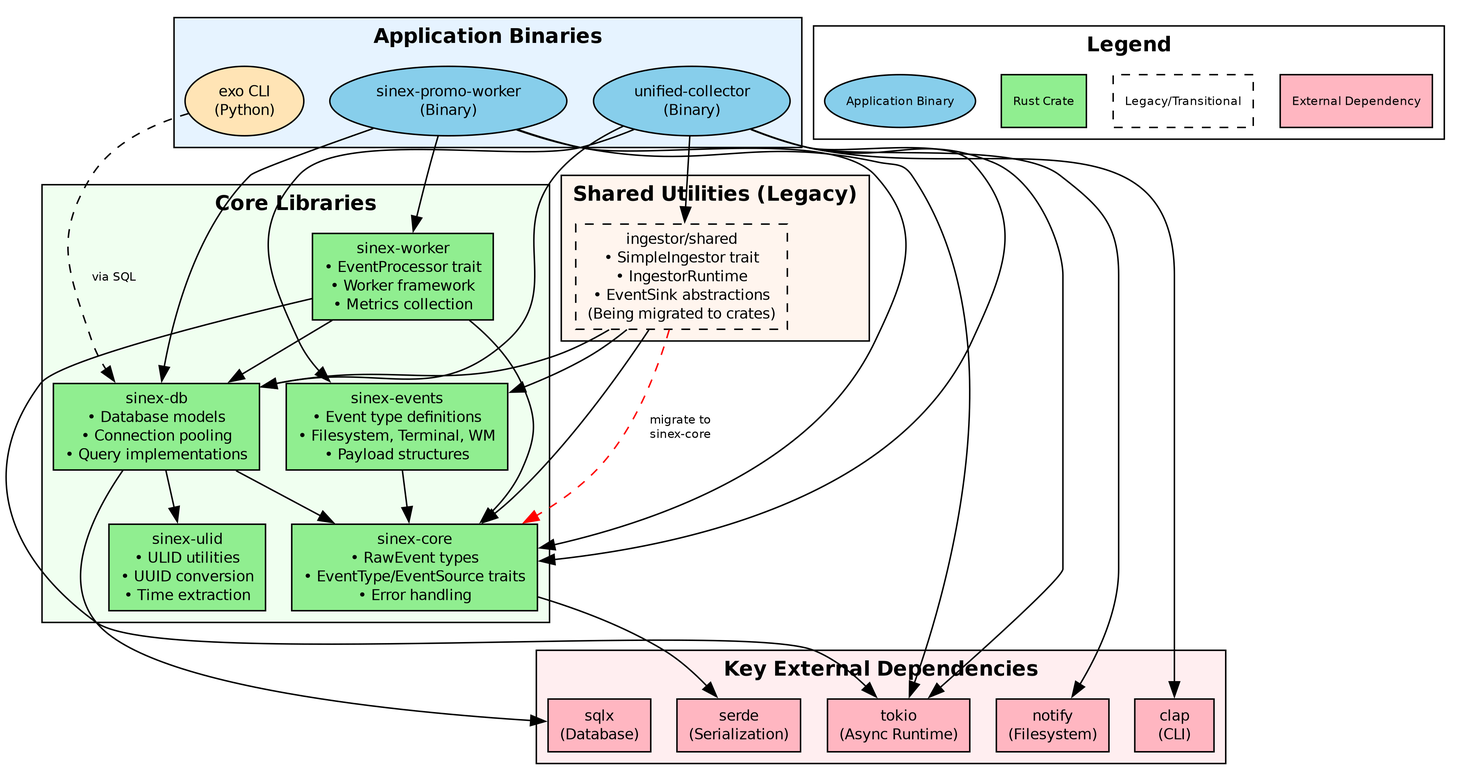
Before: spec/diagram/crate_dependencies.png, a diagram exported from Graphviz (Sinity/sinex). Its source is kept beside it as spec/diagram/crate_dependencies.dot. The source it was exported from:
```dot
digraph SinexCrateDependencies {
    rankdir=TB;
    node [shape=box, style=filled, fontname="JetBrains Mono", fontsize=10];
    edge [fontsize=8, fontname="JetBrains Mono"];

    subgraph cluster_binaries {
        label="Application Binaries";
        style=filled;
        fillcolor="#e6f3ff";
        fontname="JetBrains Mono Bold";

        unified_collector [
            label="unified-collector\n(Binary)",
            fillcolor="#87CEEB",
            shape=oval
        ];

        promo_worker [
            label="sinex-promo-worker\n(Binary)",
            fillcolor="#87CEEB",
            shape=oval
        ];

        cli [
            label="exo CLI\n(Python)",
            fillcolor="#FFE4B5",
            shape=oval
        ];
    }

    subgraph cluster_core {
        label="Core Libraries";
        style=filled;
        fillcolor="#f0fff0";
        fontname="JetBrains Mono Bold";

        sinex_core [
            label="sinex-core\n• RawEvent types\n• EventType/EventSource traits\n• Error handling",
            fillcolor="#90EE90"
        ];

        sinex_db [
            label="sinex-db\n• Database models\n• Connection pooling\n• Query implementations",
            fillcolor="#90EE90"
        ];

        sinex_ulid [
            label="sinex-ulid\n• ULID utilities\n• UUID conversion\n• Time extraction",
            fillcolor="#90EE90"
        ];

        sinex_events [
            label="sinex-events\n• Event type definitions\n• Filesystem, Terminal, WM\n• Payload structures",
            fillcolor="#90EE90"
        ];

        sinex_worker [
            label="sinex-worker\n• EventProcessor trait\n• Worker framework\n• Metrics collection",
            fillcolor="#90EE90"
        ];
    }

    subgraph cluster_shared {
        label="Shared Utilities (Legacy)";
        style=filled;
        fillcolor="#fff5ee";
        fontname="JetBrains Mono Bold";

        ingestor_shared [
            label="ingestor/shared\n• SimpleIngestor trait\n• IngestorRuntime\n• EventSink abstractions\n(Being migrated to crates)",
            fillcolor="#DDD",
            style="dashed"
        ];
    }

    subgraph cluster_external {
        label="Key External Dependencies";
        style=filled;
        fillcolor="#ffeef0";
        fontname="JetBrains Mono Bold";

        sqlx [label="sqlx\n(Database)", fillcolor="#FFB6C1"];
        tokio [label="tokio\n(Async Runtime)", fillcolor="#FFB6C1"];
        serde [label="serde\n(Serialization)", fillcolor="#FFB6C1"];
        notify [label="notify\n(Filesystem)", fillcolor="#FFB6C1"];
        clap [label="clap\n(CLI)", fillcolor="#FFB6C1"];
    }


    unified_collector -> sinex_core;
    unified_collector -> sinex_db;
    unified_collector -> sinex_events;
    unified_collector -> ingestor_shared;

    promo_worker -> sinex_core;
    promo_worker -> sinex_db;
    promo_worker -> sinex_worker;

    cli -> sinex_db [style=dashed, label="via SQL"];

    sinex_db -> sinex_core;
    sinex_db -> sinex_ulid;
    sinex_events -> sinex_core;
    sinex_worker -> sinex_core;
    sinex_worker -> sinex_db;

    ingestor_shared -> sinex_core;
    ingestor_shared -> sinex_db;
    ingestor_shared -> sinex_events;

    sinex_db -> sqlx;
    sinex_core -> serde;
    unified_collector -> tokio;
    unified_collector -> notify;
    unified_collector -> clap;
    promo_worker -> tokio;
    sinex_worker -> tokio;

    ingestor_shared -> sinex_core [
        style="dashed",
        color="red",
        label="migrate to\nsinex-core"
    ];

    subgraph cluster_legend {
        label="Legend";
        style=filled;
        fillcolor="#ffffff";
        fontname="JetBrains Mono Bold";

        legend_binary [
            label="Application Binary",
            fillcolor="#87CEEB",
            shape=oval,
            fontsize=8
        ];

        legend_crate [
            label="Rust Crate",
            fillcolor="#90EE90",
            shape=box,
            fontsize=8
        ];

        legend_legacy [
            label="Legacy/Transitional",
            fillcolor="#DDD",
            shape=box,
            style="dashed",
            fontsize=8
        ];

        legend_external [
            label="External Dependency",
            fillcolor="#FFB6C1",
            shape=box,
            fontsize=8
        ];
    }

}
```
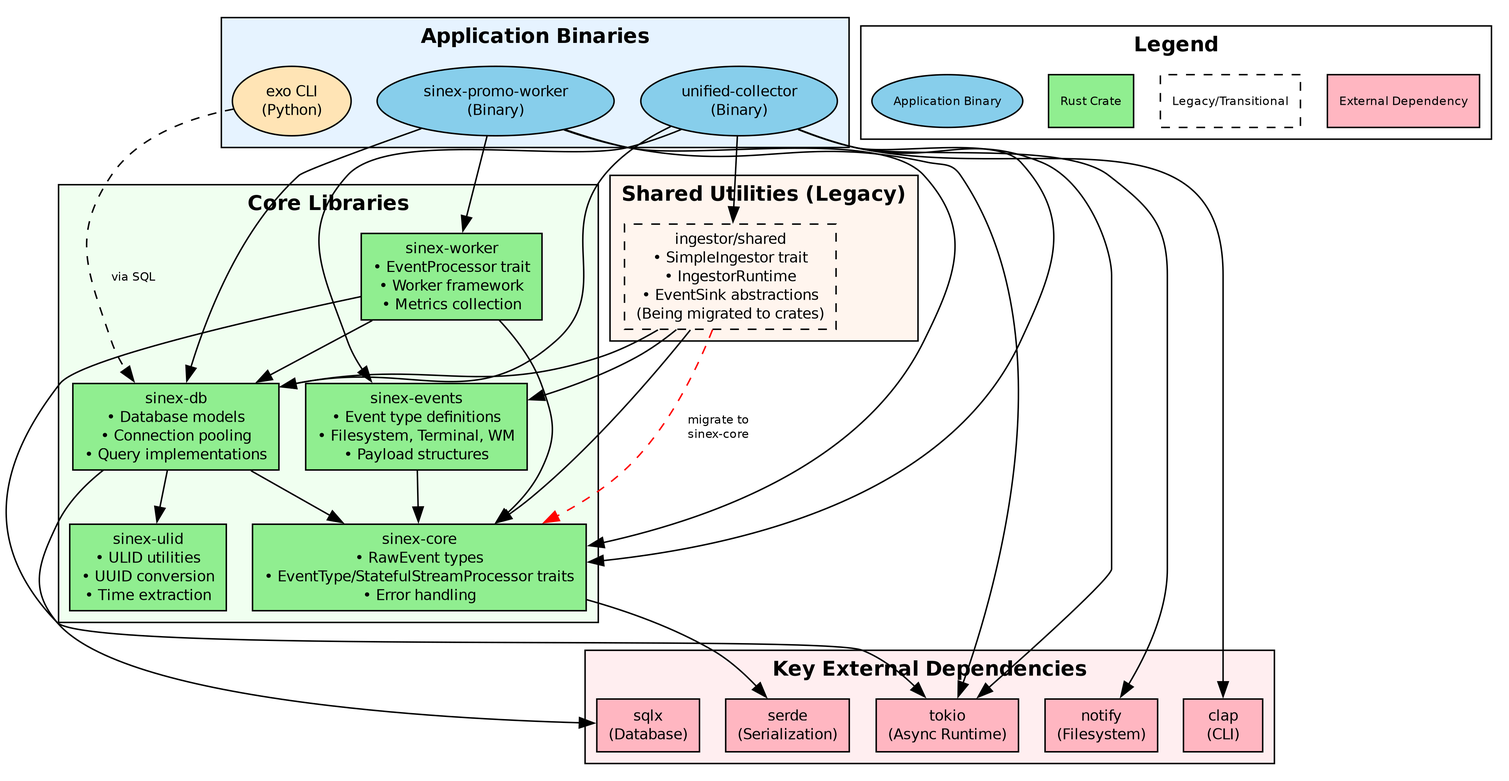
Above is the later version.

What changed in the source:
```diff
@@ -35,7 +35,7 @@
         fontname="JetBrains Mono Bold";
 
         sinex_core [
-            label="sinex-core\n• RawEvent types\n• EventType/EventSource traits\n• Error handling",
+            label="sinex-core\n• RawEvent types\n• EventType/StatefulStreamProcessor traits\n• Error handling",
             fillcolor="#90EE90"
         ];
 
```
